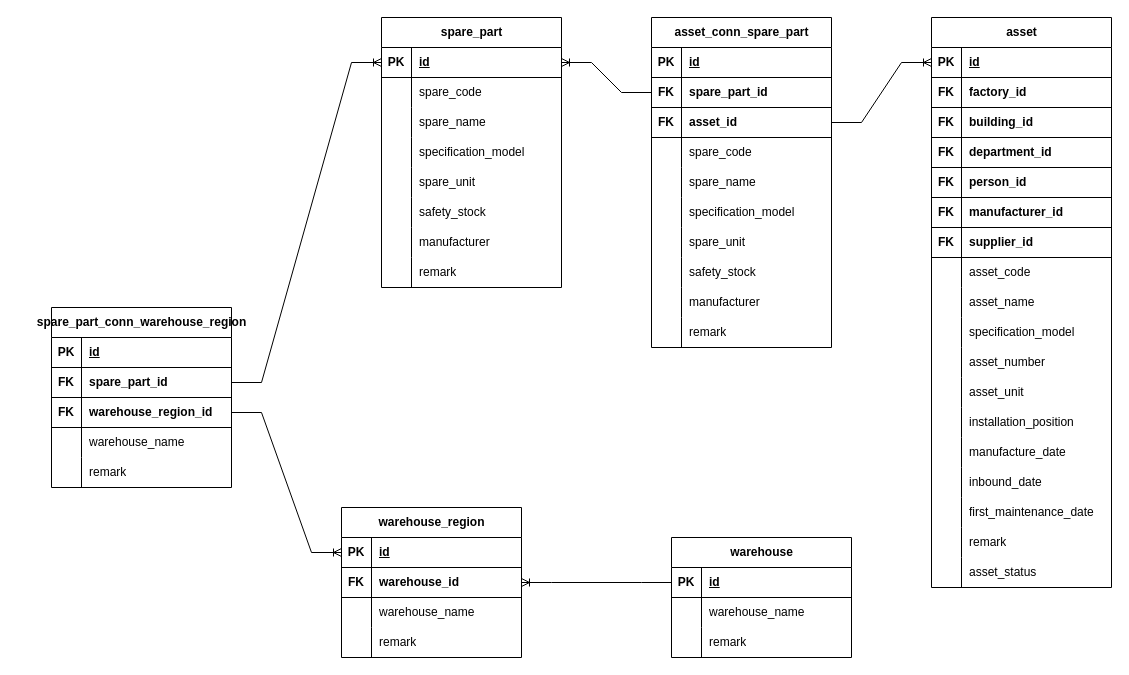
Before: 备品资产类图.drawio in HaokaiLau/UML, a draw.io diagram. Source tidied: cells renumbered, new cells numbered last; positions are measured from the earlier drawing's top-left corner, leaving out a move shared by most shapes. Both pictures are drawn from the tidied source at 100%, with x=0, y=0 at pixel (51, 17).
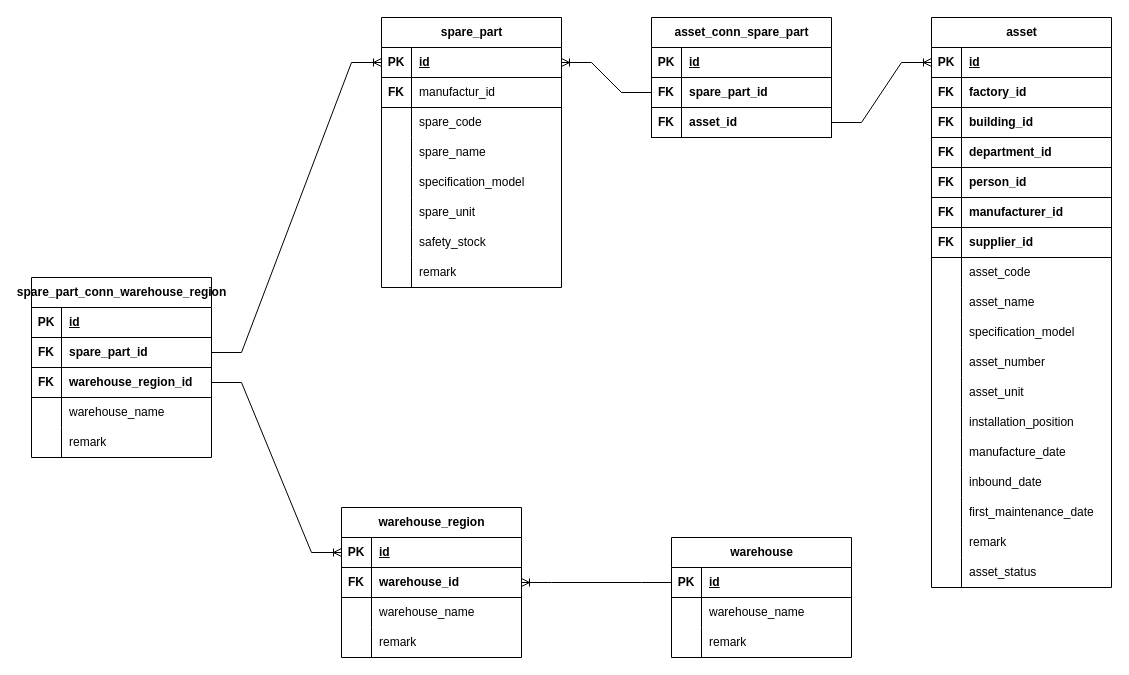
The same page after the edit.

Commit message:
更新备品资产类图.drawio

Unchanged cells that the change refers to:
```xml
<mxCell id="2" value="&lt;span style=&quot;text-wrap: wrap;&quot;&gt;spare_part&lt;/span&gt;" style="shape=table;startSize=30;childLayout=tableLayout;rowLines=0;fontStyle=1;align=center;html=1;" parent="1" vertex="1">
  <mxGeometry x="330" width="180" height="270" as="geometry" />
</mxCell>
```

What changed in the source:
```diff
@@
+    <mxCell id="157" style="shape=tableRow;horizontal=0;startSize=0;swimlaneHead=0;swimlaneBody=0;fillColor=none;top=0;left=0;right=0;bottom=1;" parent="2" vertex="1">
+      <mxGeometry y="60" width="180" height="30" as="geometry" />
+    </mxCell>
+    <mxCell id="158" value="FK" style="shape=partialRectangle;fillColor=none;top=0;left=0;bottom=0;right=0;fontStyle=1;overflow=hidden;whiteSpace=wrap;html=1;" parent="157" vertex="1">
+      <mxGeometry width="30" height="30" as="geometry" />
+    </mxCell>
+    <mxCell id="159" value="&lt;span style=&quot;font-weight: 400; white-space: pre;&quot;&gt;manufactur_id&lt;/span&gt;" style="shape=partialRectangle;fillColor=none;top=0;left=0;bottom=0;right=0;align=left;spacingLeft=6;fontStyle=1;overflow=hidden;whiteSpace=wrap;html=1;" parent="157" vertex="1">
+      <mxGeometry x="30" width="150" height="30" as="geometry" />
+    </mxCell>
     <mxCell id="6" style="shape=tableRow;horizontal=0;startSize=0;swimlaneHead=0;swimlaneBody=0;fillColor=none;top=0;left=0;right=0;bottom=0;" parent="2" vertex="1">
-      <mxGeometry y="60" width="180" height="30" as="geometry" />
+      <mxGeometry y="90" width="180" height="30" as="geometry" />
     </mxCell>
@@
     <mxCell id="9" style="shape=tableRow;horizontal=0;startSize=0;swimlaneHead=0;swimlaneBody=0;fillColor=none;top=0;left=0;right=0;bottom=0;" parent="2" vertex="1">
-      <mxGeometry y="90" width="180" height="30" as="geometry" />
+      <mxGeometry y="120" width="180" height="30" as="geometry" />
     </mxCell>
@@
     <mxCell id="12" style="shape=tableRow;horizontal=0;startSize=0;swimlaneHead=0;swimlaneBody=0;fillColor=none;top=0;left=0;right=0;bottom=0;" parent="2" vertex="1">
-      <mxGeometry y="120" width="180" height="30" as="geometry" />
+      <mxGeometry y="150" width="180" height="30" as="geometry" />
     </mxCell>
@@
     <mxCell id="15" style="shape=tableRow;horizontal=0;startSize=0;swimlaneHead=0;swimlaneBody=0;fillColor=none;top=0;left=0;right=0;bottom=0;" parent="2" vertex="1">
-      <mxGeometry y="150" width="180" height="30" as="geometry" />
+      <mxGeometry y="180" width="180" height="30" as="geometry" />
     </mxCell>
@@
     <mxCell id="18" style="shape=tableRow;horizontal=0;startSize=0;swimlaneHead=0;swimlaneBody=0;fillColor=none;top=0;left=0;right=0;bottom=0;" parent="2" vertex="1">
-      <mxGeometry y="180" width="180" height="30" as="geometry" />
+      <mxGeometry y="210" width="180" height="30" as="geometry" />
     </mxCell>
@@
-    <mxCell id="21" style="shape=tableRow;horizontal=0;startSize=0;swimlaneHead=0;swimlaneBody=0;fillColor=none;top=0;left=0;right=0;bottom=0;" parent="2" vertex="1">
-      <mxGeometry y="210" width="180" height="30" as="geometry" />
-    </mxCell>
-    <mxCell id="22" style="shape=partialRectangle;fillColor=none;top=0;left=0;bottom=0;right=0;overflow=hidden;whiteSpace=wrap;html=1;" parent="21" vertex="1">
-      <mxGeometry width="30" height="30" as="geometry" />
-    </mxCell>
-    <mxCell id="23" value="&lt;span style=&quot;white-space: pre;&quot;&gt;manufacturer&lt;/span&gt;" style="shape=partialRectangle;fillColor=none;top=0;left=0;bottom=0;right=0;align=left;spacingLeft=6;overflow=hidden;whiteSpace=wrap;html=1;" parent="21" vertex="1">
-      <mxGeometry x="30" width="150" height="30" as="geometry" />
-    </mxCell>
@@
     <mxCell id="82" value="&lt;span style=&quot;text-wrap: wrap;&quot;&gt;asset_conn_spare_part&lt;/span&gt;" style="shape=table;startSize=30;childLayout=tableLayout;rowLines=0;fontStyle=1;align=center;html=1;" parent="1" vertex="1">
-      <mxGeometry x="600" width="180" height="330" as="geometry" />
+      <mxGeometry x="600" width="180" height="120" as="geometry" />
     </mxCell>
@@
-    <mxCell id="92" style="shape=tableRow;horizontal=0;startSize=0;swimlaneHead=0;swimlaneBody=0;fillColor=none;top=0;left=0;right=0;bottom=0;" parent="82" vertex="1">
-      <mxGeometry y="120" width="180" height="30" as="geometry" />
-    </mxCell>
-    <mxCell id="93" style="shape=partialRectangle;fillColor=none;top=0;left=0;bottom=0;right=0;overflow=hidden;whiteSpace=wrap;html=1;" parent="92" vertex="1">
-      <mxGeometry width="30" height="30" as="geometry" />
-    </mxCell>
-    <mxCell id="94" value="spare_code" style="shape=partialRectangle;fillColor=none;top=0;left=0;bottom=0;right=0;align=left;spacingLeft=6;overflow=hidden;whiteSpace=wrap;html=1;" parent="92" vertex="1">
-      <mxGeometry x="30" width="150" height="30" as="geometry" />
-    </mxCell>
-    <mxCell id="95" style="shape=tableRow;horizontal=0;startSize=0;swimlaneHead=0;swimlaneBody=0;fillColor=none;top=0;left=0;right=0;bottom=0;" parent="82" vertex="1">
-      <mxGeometry y="150" width="180" height="30" as="geometry" />
-    </mxCell>
-    <mxCell id="96" style="shape=partialRectangle;fillColor=none;top=0;left=0;bottom=0;right=0;overflow=hidden;whiteSpace=wrap;html=1;" parent="95" vertex="1">
-      <mxGeometry width="30" height="30" as="geometry" />
-    </mxCell>
-    <mxCell id="97" value="spare_name" style="shape=partialRectangle;fillColor=none;top=0;left=0;bottom=0;right=0;align=left;spacingLeft=6;overflow=hidden;whiteSpace=wrap;html=1;" parent="95" vertex="1">
-      <mxGeometry x="30" width="150" height="30" as="geometry" />
-    </mxCell>
-    <mxCell id="98" style="shape=tableRow;horizontal=0;startSize=0;swimlaneHead=0;swimlaneBody=0;fillColor=none;top=0;left=0;right=0;bottom=0;" parent="82" vertex="1">
-      <mxGeometry y="180" width="180" height="30" as="geometry" />
-    </mxCell>
-    <mxCell id="99" style="shape=partialRectangle;fillColor=none;top=0;left=0;bottom=0;right=0;overflow=hidden;whiteSpace=wrap;html=1;" parent="98" vertex="1">
-      <mxGeometry width="30" height="30" as="geometry" />
-    </mxCell>
-    <mxCell id="100" value="specification_model" style="shape=partialRectangle;fillColor=none;top=0;left=0;bottom=0;right=0;align=left;spacingLeft=6;overflow=hidden;whiteSpace=wrap;html=1;" parent="98" vertex="1">
-      <mxGeometry x="30" width="150" height="30" as="geometry" />
-    </mxCell>
-    <mxCell id="101" style="shape=tableRow;horizontal=0;startSize=0;swimlaneHead=0;swimlaneBody=0;fillColor=none;top=0;left=0;right=0;bottom=0;" parent="82" vertex="1">
-      <mxGeometry y="210" width="180" height="30" as="geometry" />
-    </mxCell>
-    <mxCell id="102" style="shape=partialRectangle;fillColor=none;top=0;left=0;bottom=0;right=0;overflow=hidden;whiteSpace=wrap;html=1;" parent="101" vertex="1">
-      <mxGeometry width="30" height="30" as="geometry" />
-    </mxCell>
-    <mxCell id="103" value="spare_unit" style="shape=partialRectangle;fillColor=none;top=0;left=0;bottom=0;right=0;align=left;spacingLeft=6;overflow=hidden;whiteSpace=wrap;html=1;" parent="101" vertex="1">
-      <mxGeometry x="30" width="150" height="30" as="geometry" />
-    </mxCell>
-    <mxCell id="104" style="shape=tableRow;horizontal=0;startSize=0;swimlaneHead=0;swimlaneBody=0;fillColor=none;top=0;left=0;right=0;bottom=0;" parent="82" vertex="1">
-      <mxGeometry y="240" width="180" height="30" as="geometry" />
-    </mxCell>
-    <mxCell id="105" style="shape=partialRectangle;fillColor=none;top=0;left=0;bottom=0;right=0;overflow=hidden;whiteSpace=wrap;html=1;" parent="104" vertex="1">
-      <mxGeometry width="30" height="30" as="geometry" />
-    </mxCell>
-    <mxCell id="106" value="safety_stock" style="shape=partialRectangle;fillColor=none;top=0;left=0;bottom=0;right=0;align=left;spacingLeft=6;overflow=hidden;whiteSpace=wrap;html=1;" parent="104" vertex="1">
-      <mxGeometry x="30" width="150" height="30" as="geometry" />
-    </mxCell>
-    <mxCell id="107" style="shape=tableRow;horizontal=0;startSize=0;swimlaneHead=0;swimlaneBody=0;fillColor=none;top=0;left=0;right=0;bottom=0;" parent="82" vertex="1">
-      <mxGeometry y="270" width="180" height="30" as="geometry" />
-    </mxCell>
-    <mxCell id="108" style="shape=partialRectangle;fillColor=none;top=0;left=0;bottom=0;right=0;overflow=hidden;whiteSpace=wrap;html=1;" parent="107" vertex="1">
-      <mxGeometry width="30" height="30" as="geometry" />
-    </mxCell>
-    <mxCell id="109" value="&lt;span style=&quot;white-space: pre;&quot;&gt;manufacturer&lt;/span&gt;" style="shape=partialRectangle;fillColor=none;top=0;left=0;bottom=0;right=0;align=left;spacingLeft=6;overflow=hidden;whiteSpace=wrap;html=1;" parent="107" vertex="1">
-      <mxGeometry x="30" width="150" height="30" as="geometry" />
-    </mxCell>
-    <mxCell id="110" style="shape=tableRow;horizontal=0;startSize=0;swimlaneHead=0;swimlaneBody=0;fillColor=none;top=0;left=0;right=0;bottom=0;" parent="82" vertex="1">
-      <mxGeometry y="300" width="180" height="30" as="geometry" />
-    </mxCell>
-    <mxCell id="111" style="shape=partialRectangle;fillColor=none;top=0;left=0;bottom=0;right=0;overflow=hidden;whiteSpace=wrap;html=1;" parent="110" vertex="1">
-      <mxGeometry width="30" height="30" as="geometry" />
-    </mxCell>
-    <mxCell id="112" value="remark" style="shape=partialRectangle;fillColor=none;top=0;left=0;bottom=0;right=0;align=left;spacingLeft=6;overflow=hidden;whiteSpace=wrap;html=1;" parent="110" vertex="1">
-      <mxGeometry x="30" width="150" height="30" as="geometry" />
-    </mxCell>
@@
     <mxCell id="125" value="&lt;span style=&quot;text-wrap: wrap;&quot;&gt;spare_part_conn_warehouse_region&lt;/span&gt;" style="shape=table;startSize=30;childLayout=tableLayout;rowLines=0;fontStyle=1;align=center;html=1;" parent="1" vertex="1">
-      <mxGeometry y="290" width="180" height="180" as="geometry" />
+      <mxGeometry x="-20" y="260" width="180" height="180" as="geometry" />
     </mxCell>
```
